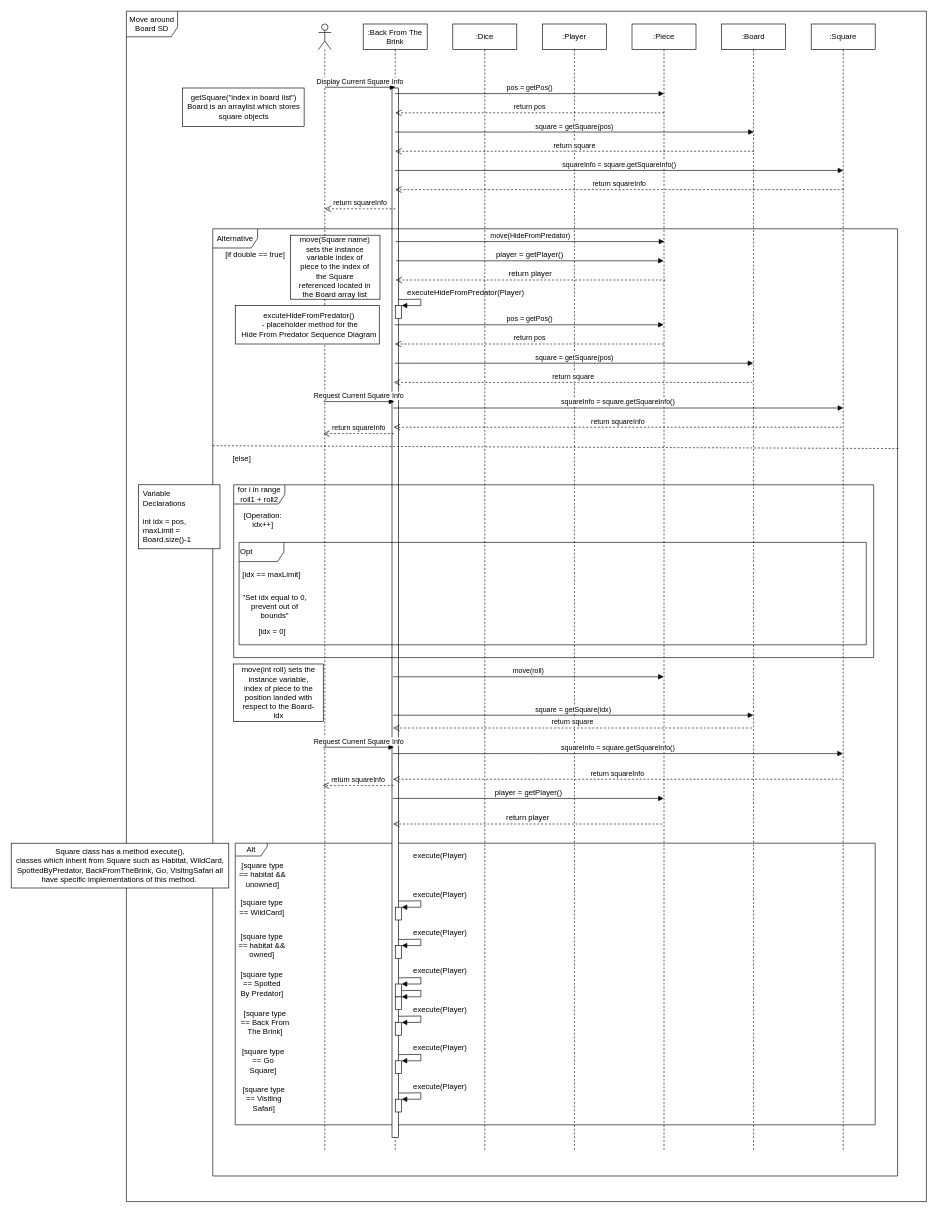
Before: page "Page-1" (1 of 2) of Documentation/Sequence Diagrams/Move Around Board SD (draft).drawio in cmcgarry5/csc2058-2021-g25, a draw.io diagram. Source tidied: cells renumbered, new cells numbered last; positions are measured from the earlier drawing's top-left corner, leaving out a move shared by most shapes. Both pictures are drawn from the tidied source at 64%, with x=0, y=0 at pixel (11, 11).
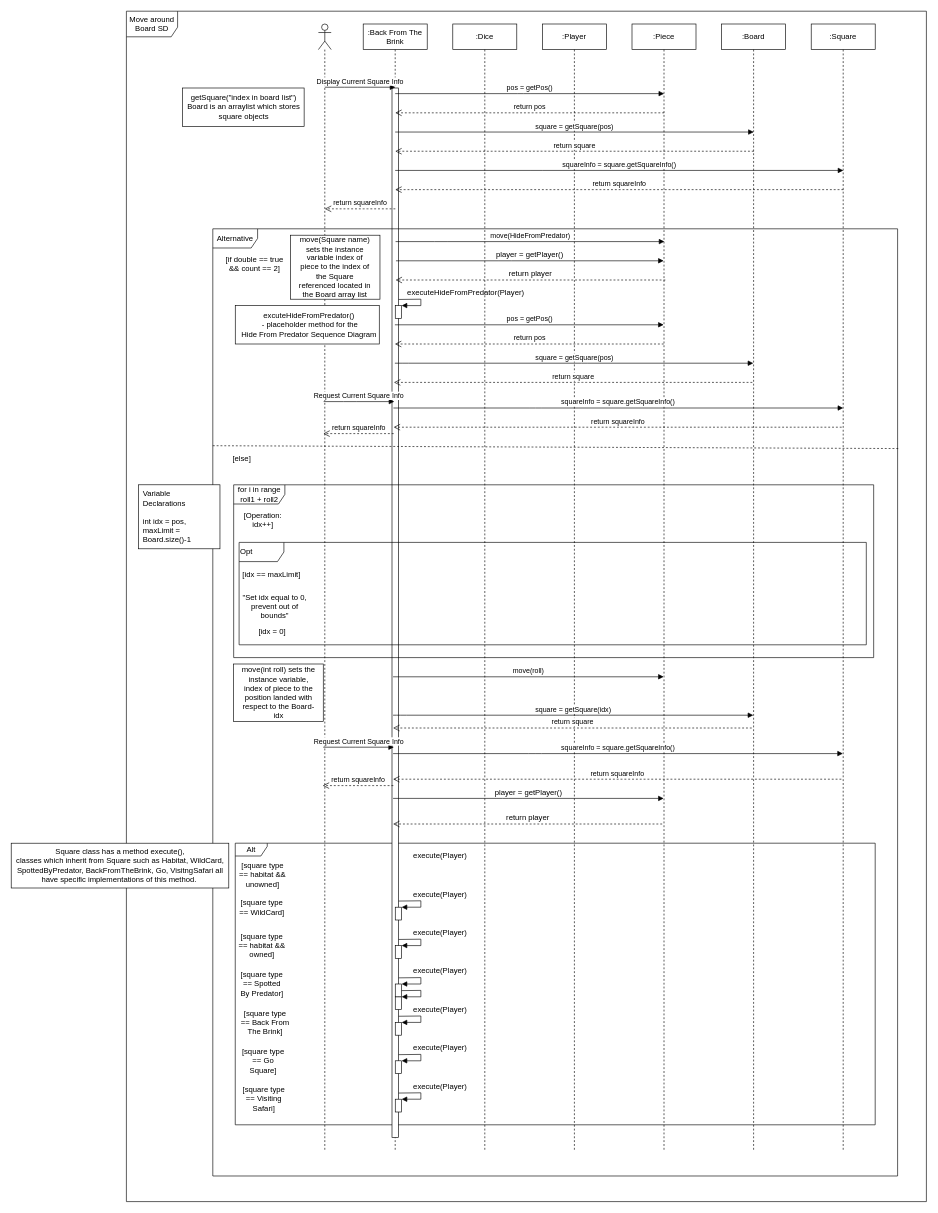
After the change.

Commit message (it also covers changes not shown here):
Upd move around board and take turn SD

Change to the diagram source:
```diff
@@
-    <mxCell id="71" value="[if double == true]" style="text;html=1;align=center;verticalAlign=middle;" parent="1" vertex="1">
-      <mxGeometry x="326.2" y="370" width="110" height="20" as="geometry" />
+    <mxCell id="71" value="[if double == true&lt;br&gt;&amp;amp;&amp;amp; count == 2]" style="text;html=1;align=center;verticalAlign=middle;" parent="1" vertex="1">
+      <mxGeometry x="325.1" y="380" width="110" height="30" as="geometry" />
     </mxCell>
```
